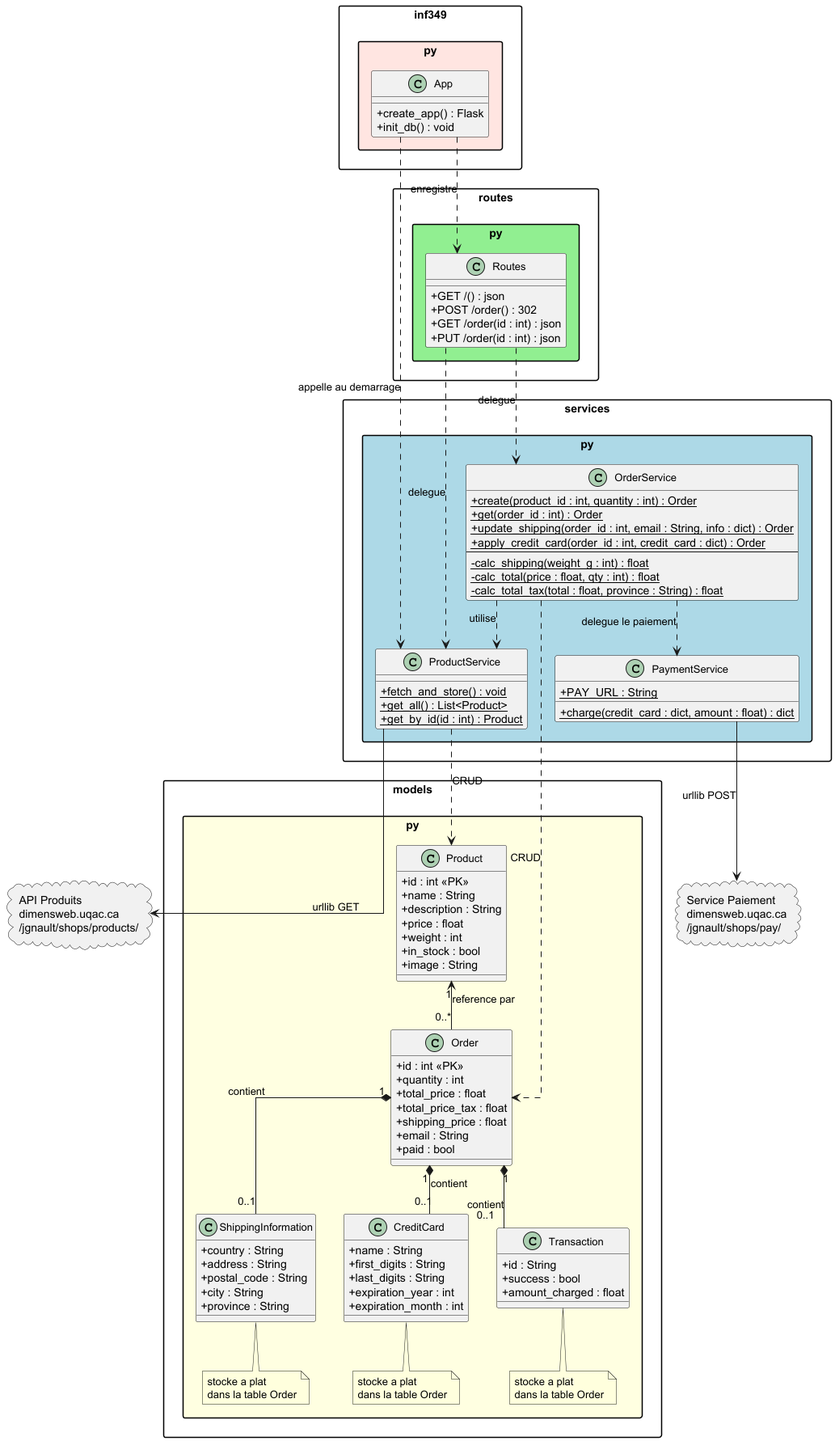
Before: docs/Diagramme_Classes.png, a diagram exported from PlantUML (but-yohan-carvalho/application-web).
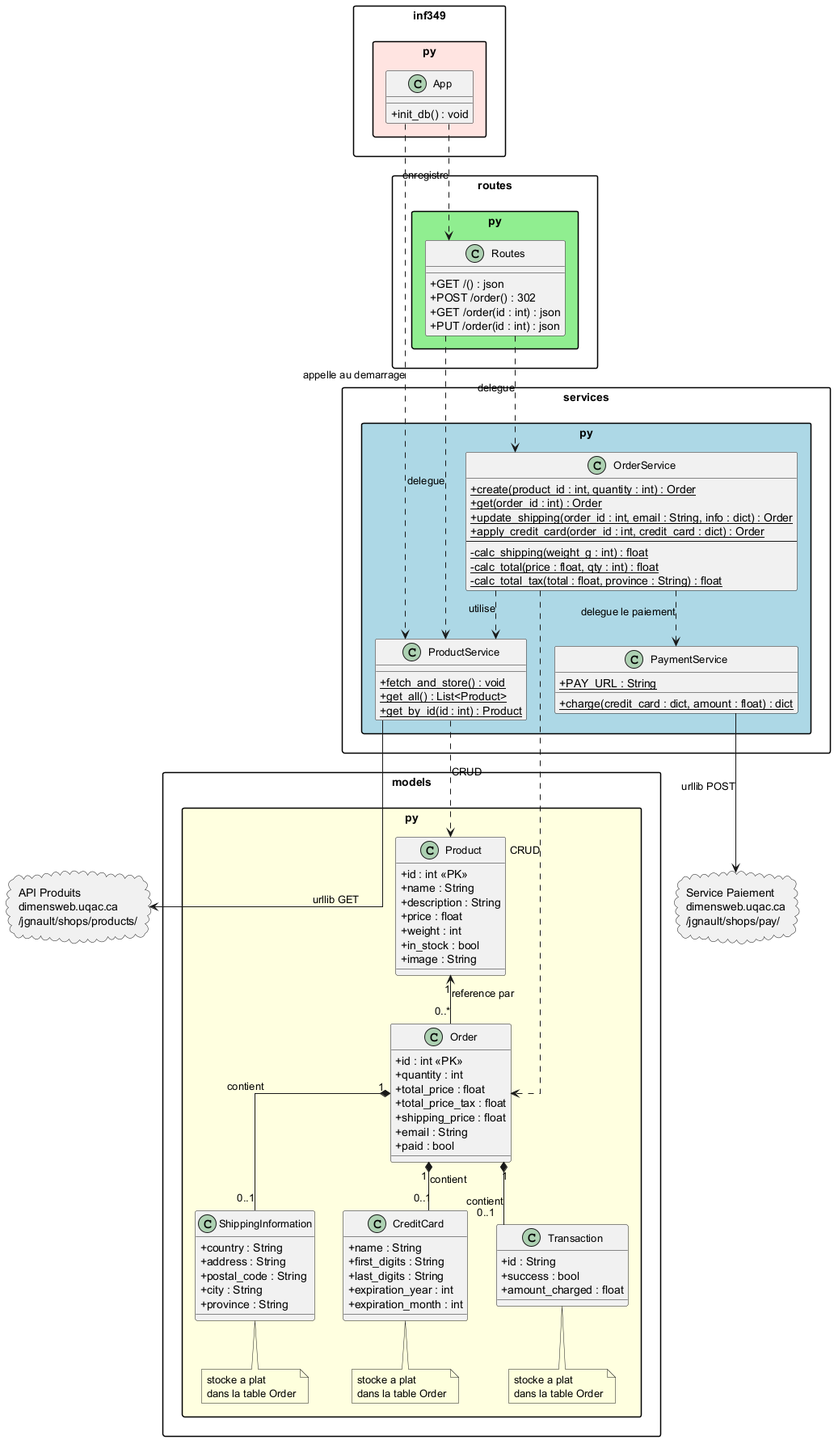
Later version of the same file.

What changed in the source:
```diff
@@ -102,7 +102,6 @@
 package "inf349.py" #MistyRose {
 
     class App {
-        + create_app() : Flask
         + init_db() : void
     }
 }
```
